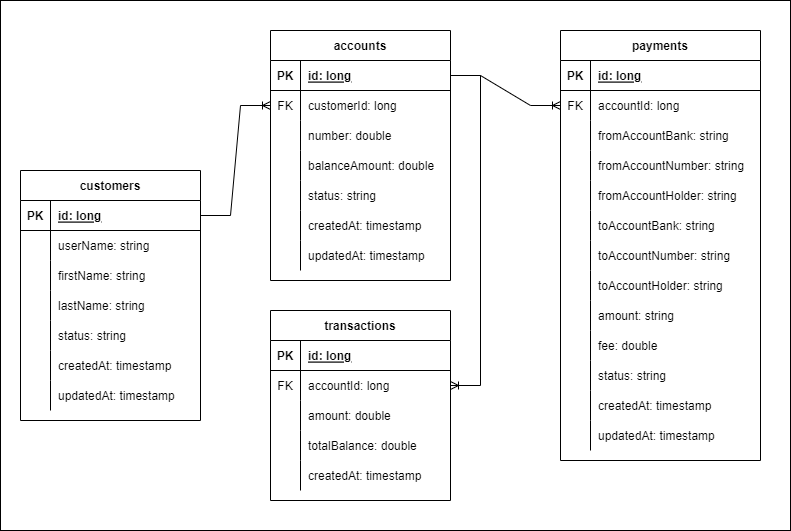
Before: atm-cli-erd.png, a diagram exported from draw.io (gusmanwidodo/atm). Source tidied: cells renumbered, new cells last; positions are measured from the earlier drawing's top-left corner, leaving out a move shared by most shapes.
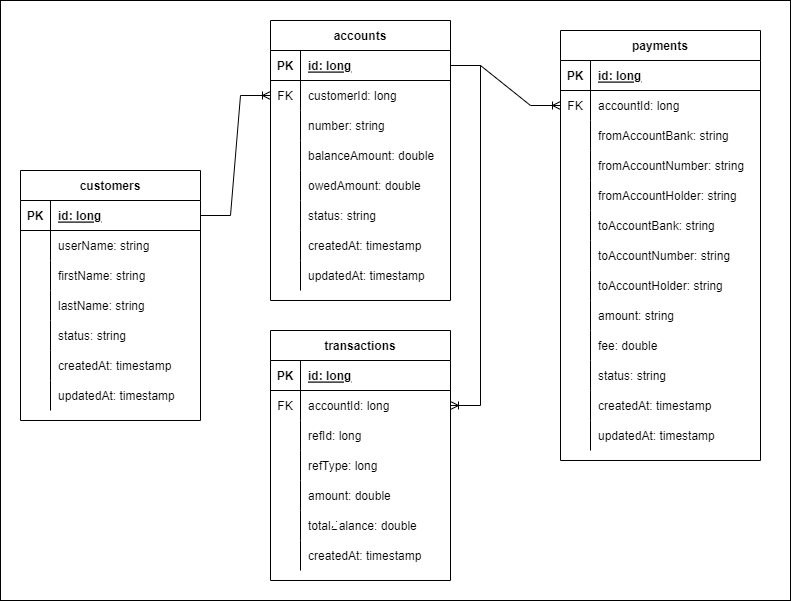
After the commit.

Diff of the diagram source:
```diff
@@ -3,7 +3,7 @@
     <mxCell id="0" />
     <mxCell id="1" parent="0" />
     <mxCell id="2" style="rounded=0;whiteSpace=wrap;html=1;" parent="1" vertex="1">
-      <mxGeometry width="790" height="530" as="geometry" />
+      <mxGeometry width="790" height="600" as="geometry" />
     </mxCell>
     <mxCell id="3" value="customers" style="shape=table;startSize=30;rowLines=0;fontStyle=1;align=center;" parent="1" vertex="1">
       <mxGeometry x="20" y="170" width="180" height="250" as="geometry" />
@@ -72,7 +72,7 @@
       <mxGeometry x="30" width="150" height="30" as="geometry" />
     </mxCell>
     <mxCell id="25" value="accounts" style="shape=table;startSize=30;rowLines=0;fontStyle=1;align=center;" parent="1" vertex="1">
-      <mxGeometry x="270" y="30" width="180" height="250" as="geometry" />
+      <mxGeometry x="270" y="20" width="180" height="280" as="geometry" />
     </mxCell>
     <mxCell id="26" style="shape=tableRow;horizontal=0;startSize=0;swimlaneHead=0;swimlaneBody=0;fillColor=none;points=[[0,0.5],[1,0.5]];portConstraint=eastwest;top=0;left=0;right=0;bottom=1;" parent="25" vertex="1">
       <mxGeometry y="30" width="180" height="30" as="geometry" />
@@ -98,7 +98,7 @@
     <mxCell id="33" style="shape=partialRectangle;fillColor=none;top=0;left=0;bottom=0;right=0;overflow=hidden;" parent="32" vertex="1">
       <mxGeometry width="30" height="30" as="geometry" />
     </mxCell>
-    <mxCell id="34" value="number: double" style="shape=partialRectangle;fillColor=none;top=0;left=0;bottom=0;right=0;align=left;spacingLeft=6;overflow=hidden;" parent="32" vertex="1">
+    <mxCell id="34" value="number: string" style="shape=partialRectangle;fillColor=none;top=0;left=0;bottom=0;right=0;align=left;spacingLeft=6;overflow=hidden;" parent="32" vertex="1">
       <mxGeometry x="30" width="150" height="30" as="geometry" />
     </mxCell>
     <mxCell id="35" style="shape=tableRow;horizontal=0;startSize=0;swimlaneHead=0;swimlaneBody=0;fillColor=none;top=0;left=0;right=0;bottom=0;" parent="25" vertex="1">
@@ -110,8 +110,17 @@
     <mxCell id="37" value="balanceAmount: double" style="shape=partialRectangle;fillColor=none;top=0;left=0;bottom=0;right=0;align=left;spacingLeft=6;overflow=hidden;" parent="35" vertex="1">
       <mxGeometry x="30" width="150" height="30" as="geometry" />
     </mxCell>
+    <mxCell id="106" style="shape=tableRow;horizontal=0;startSize=0;swimlaneHead=0;swimlaneBody=0;fillColor=none;top=0;left=0;right=0;bottom=0;" parent="25" vertex="1">
+      <mxGeometry y="150" width="180" height="30" as="geometry" />
+    </mxCell>
+    <mxCell id="107" style="shape=partialRectangle;fillColor=none;top=0;left=0;bottom=0;right=0;overflow=hidden;" parent="106" vertex="1">
+      <mxGeometry width="30" height="30" as="geometry" />
+    </mxCell>
+    <mxCell id="108" value="owedAmount: double" style="shape=partialRectangle;fillColor=none;top=0;left=0;bottom=0;right=0;align=left;spacingLeft=6;overflow=hidden;" parent="106" vertex="1">
+      <mxGeometry x="30" width="150" height="30" as="geometry" />
+    </mxCell>
     <mxCell id="38" style="shape=tableRow;horizontal=0;startSize=0;swimlaneHead=0;swimlaneBody=0;fillColor=none;top=0;left=0;right=0;bottom=0;" parent="25" vertex="1">
-      <mxGeometry y="150" width="180" height="30" as="geometry" />
+      <mxGeometry y="180" width="180" height="30" as="geometry" />
     </mxCell>
     <mxCell id="39" style="shape=partialRectangle;fillColor=none;top=0;left=0;bottom=0;right=0;overflow=hidden;" parent="38" vertex="1">
       <mxGeometry width="30" height="30" as="geometry" />
@@ -120,7 +129,7 @@
       <mxGeometry x="30" width="150" height="30" as="geometry" />
     </mxCell>
     <mxCell id="41" style="shape=tableRow;horizontal=0;startSize=0;swimlaneHead=0;swimlaneBody=0;fillColor=none;top=0;left=0;right=0;bottom=0;" parent="25" vertex="1">
-      <mxGeometry y="180" width="180" height="30" as="geometry" />
+      <mxGeometry y="210" width="180" height="30" as="geometry" />
     </mxCell>
     <mxCell id="42" style="shape=partialRectangle;fillColor=none;top=0;left=0;bottom=0;right=0;overflow=hidden;" parent="41" vertex="1">
       <mxGeometry width="30" height="30" as="geometry" />
@@ -129,7 +138,7 @@
       <mxGeometry x="30" width="150" height="30" as="geometry" />
     </mxCell>
     <mxCell id="44" style="shape=tableRow;horizontal=0;startSize=0;swimlaneHead=0;swimlaneBody=0;fillColor=none;top=0;left=0;right=0;bottom=0;" parent="25" vertex="1">
-      <mxGeometry y="210" width="180" height="30" as="geometry" />
+      <mxGeometry y="240" width="180" height="30" as="geometry" />
     </mxCell>
     <mxCell id="45" style="shape=partialRectangle;fillColor=none;top=0;left=0;bottom=0;right=0;overflow=hidden;" parent="44" vertex="1">
       <mxGeometry width="30" height="30" as="geometry" />
@@ -141,7 +150,7 @@
       <mxGeometry relative="1" as="geometry" />
     </mxCell>
     <mxCell id="48" value="transactions" style="shape=table;startSize=30;rowLines=0;fontStyle=1;align=center;" parent="1" vertex="1">
-      <mxGeometry x="270" y="310" width="180" height="190" as="geometry" />
+      <mxGeometry x="270" y="330" width="180" height="250" as="geometry" />
     </mxCell>
     <mxCell id="49" style="shape=tableRow;horizontal=0;startSize=0;swimlaneHead=0;swimlaneBody=0;fillColor=none;top=0;left=0;right=0;bottom=1;" parent="48" vertex="1">
       <mxGeometry y="30" width="180" height="30" as="geometry" />
@@ -161,8 +170,26 @@
     <mxCell id="54" value="accountId: long" style="shape=partialRectangle;fillColor=none;top=0;left=0;bottom=0;right=0;align=left;spacingLeft=6;fontStyle=0;overflow=hidden;" parent="52" vertex="1">
       <mxGeometry x="30" width="150" height="30" as="geometry" />
     </mxCell>
+    <mxCell id="109" style="shape=tableRow;horizontal=0;startSize=0;swimlaneHead=0;swimlaneBody=0;fillColor=none;top=0;left=0;right=0;bottom=0;" parent="48" vertex="1">
+      <mxGeometry y="90" width="180" height="30" as="geometry" />
+    </mxCell>
+    <mxCell id="110" style="shape=partialRectangle;fillColor=none;top=0;left=0;bottom=0;right=0;overflow=hidden;" parent="109" vertex="1">
+      <mxGeometry width="30" height="30" as="geometry" />
+    </mxCell>
+    <mxCell id="111" value="refId: long" style="shape=partialRectangle;fillColor=none;top=0;left=0;bottom=0;right=0;align=left;spacingLeft=6;overflow=hidden;" parent="109" vertex="1">
+      <mxGeometry x="30" width="150" height="30" as="geometry" />
+    </mxCell>
+    <mxCell id="112" style="shape=tableRow;horizontal=0;startSize=0;swimlaneHead=0;swimlaneBody=0;fillColor=none;top=0;left=0;right=0;bottom=0;" parent="48" vertex="1">
+      <mxGeometry y="120" width="180" height="30" as="geometry" />
+    </mxCell>
+    <mxCell id="113" style="shape=partialRectangle;fillColor=none;top=0;left=0;bottom=0;right=0;overflow=hidden;" parent="112" vertex="1">
+      <mxGeometry width="30" height="30" as="geometry" />
+    </mxCell>
+    <mxCell id="114" value="refType: long" style="shape=partialRectangle;fillColor=none;top=0;left=0;bottom=0;right=0;align=left;spacingLeft=6;overflow=hidden;" parent="112" vertex="1">
+      <mxGeometry x="30" width="150" height="30" as="geometry" />
+    </mxCell>
     <mxCell id="55" style="shape=tableRow;horizontal=0;startSize=0;swimlaneHead=0;swimlaneBody=0;fillColor=none;top=0;left=0;right=0;bottom=0;" parent="48" vertex="1">
-      <mxGeometry y="90" width="180" height="30" as="geometry" />
+      <mxGeometry y="150" width="180" height="30" as="geometry" />
     </mxCell>
     <mxCell id="56" style="shape=partialRectangle;fillColor=none;top=0;left=0;bottom=0;right=0;overflow=hidden;" parent="55" vertex="1">
       <mxGeometry width="30" height="30" as="geometry" />
@@ -171,7 +198,7 @@
       <mxGeometry x="30" width="150" height="30" as="geometry" />
     </mxCell>
     <mxCell id="58" style="shape=tableRow;horizontal=0;startSize=0;swimlaneHead=0;swimlaneBody=0;fillColor=none;top=0;left=0;right=0;bottom=0;" parent="48" vertex="1">
-      <mxGeometry y="120" width="180" height="30" as="geometry" />
+      <mxGeometry y="180" width="180" height="30" as="geometry" />
     </mxCell>
     <mxCell id="59" style="shape=partialRectangle;fillColor=none;top=0;left=0;bottom=0;right=0;overflow=hidden;" parent="58" vertex="1">
       <mxGeometry width="30" height="30" as="geometry" />
@@ -180,7 +207,7 @@
       <mxGeometry x="30" width="150" height="30" as="geometry" />
     </mxCell>
     <mxCell id="61" style="shape=tableRow;horizontal=0;startSize=0;swimlaneHead=0;swimlaneBody=0;fillColor=none;top=0;left=0;right=0;bottom=0;" parent="48" vertex="1">
-      <mxGeometry y="150" width="180" height="30" as="geometry" />
+      <mxGeometry y="210" width="180" height="30" as="geometry" />
     </mxCell>
     <mxCell id="62" style="shape=partialRectangle;fillColor=none;top=0;left=0;bottom=0;right=0;overflow=hidden;" parent="61" vertex="1">
       <mxGeometry width="30" height="30" as="geometry" />
```
